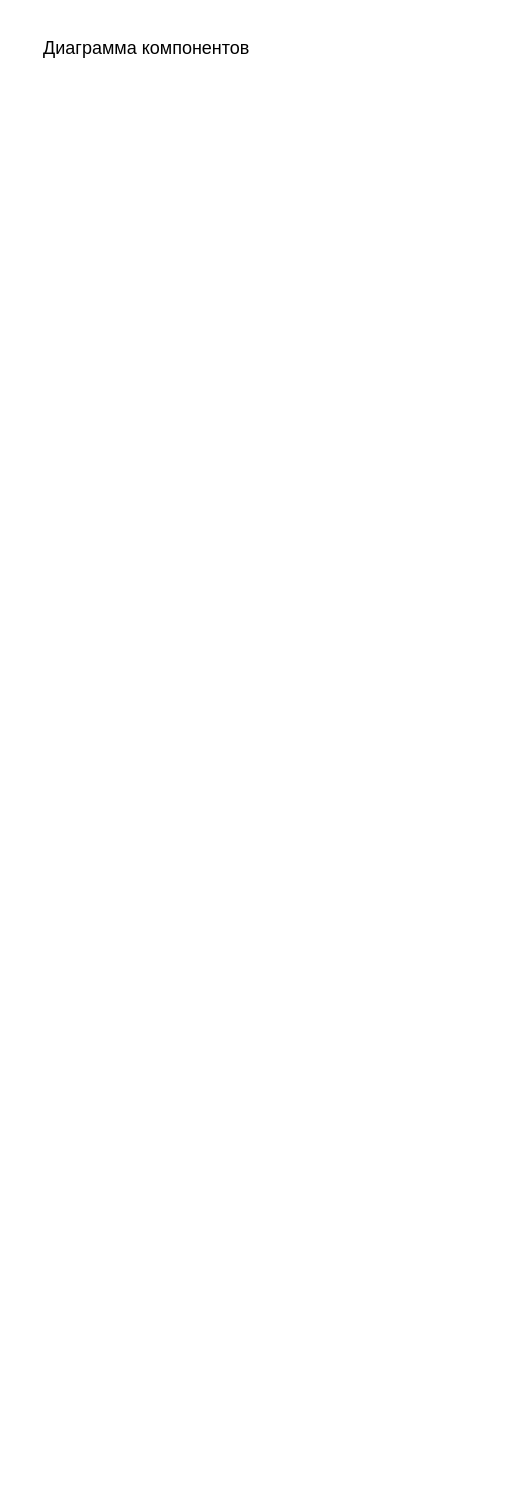
Before: lab3/ДК.drawio in R3plicant/ooap_lab1, a draw.io diagram. Source tidied: cells renumbered, new cells numbered last; positions are measured from the earlier drawing's top-left corner, leaving out a move shared by most shapes. Both pictures are drawn from the tidied source at 150%, with x=0, y=0 at pixel (26, 26).
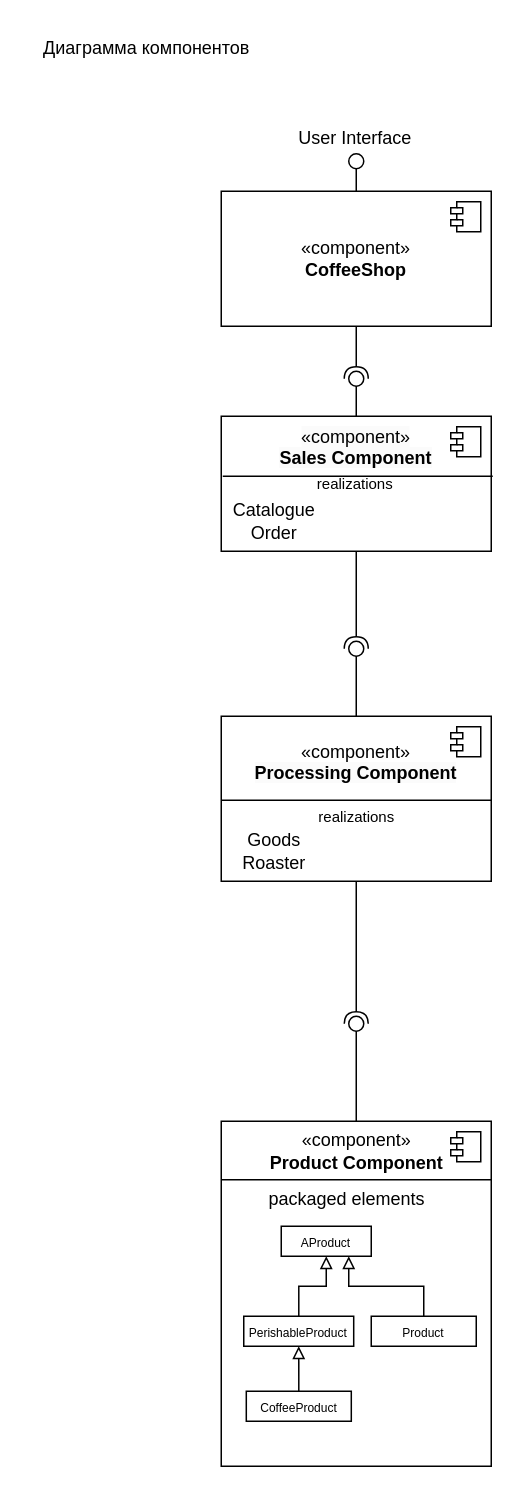
The same diagram, later.

Commit message (it also covers changes not shown here):
Component Diagram done

Change to the diagram source:
```diff
@@
+    <mxCell id="3" value="«component»&lt;br&gt;&lt;b&gt;CoffeeShop&lt;br&gt;&lt;/b&gt;" style="html=1;whiteSpace=wrap;" parent="1" vertex="1">
+      <mxGeometry x="130" y="110" width="180" height="90" as="geometry" />
+    </mxCell>
+    <mxCell id="4" style="shape=module;jettyWidth=8;jettyHeight=4;" parent="3" vertex="1">
+      <mxGeometry x="1" width="20" height="20" relative="1" as="geometry">
+        <mxPoint x="-27" y="7" as="offset" />
+      </mxGeometry>
+    </mxCell>
+    <mxCell id="5" value="&lt;b&gt;&lt;br&gt;&lt;/b&gt;" style="html=1;whiteSpace=wrap;" parent="1" vertex="1">
+      <mxGeometry x="130" y="260" width="180" height="90" as="geometry" />
+    </mxCell>
+    <mxCell id="6" style="shape=module;jettyWidth=8;jettyHeight=4;" parent="5" vertex="1">
+      <mxGeometry x="1" width="20" height="20" relative="1" as="geometry">
+        <mxPoint x="-27" y="7" as="offset" />
+      </mxGeometry>
+    </mxCell>
+    <mxCell id="7" value="&lt;b&gt;&lt;br&gt;&lt;/b&gt;" style="html=1;whiteSpace=wrap;" parent="1" vertex="1">
+      <mxGeometry x="130" y="460" width="180" height="110" as="geometry" />
+    </mxCell>
+    <mxCell id="8" style="shape=module;jettyWidth=8;jettyHeight=4;" parent="7" vertex="1">
+      <mxGeometry x="1" width="20" height="20" relative="1" as="geometry">
+        <mxPoint x="-27" y="7" as="offset" />
+      </mxGeometry>
+    </mxCell>
+    <mxCell id="9" value="&lt;b&gt;&lt;br&gt;&lt;/b&gt;" style="html=1;whiteSpace=wrap;" parent="1" vertex="1">
+      <mxGeometry x="130" y="730" width="180" height="230" as="geometry" />
+    </mxCell>
+    <mxCell id="10" style="shape=module;jettyWidth=8;jettyHeight=4;" parent="9" vertex="1">
+      <mxGeometry x="1" width="20" height="20" relative="1" as="geometry">
+        <mxPoint x="-27" y="7" as="offset" />
+      </mxGeometry>
+    </mxCell>
+    <mxCell id="11" style="rounded=0;jettySize=auto;html=1;endArrow=halfCircle;endFill=0;endSize=6;strokeWidth=1;sketch=0;exitX=0.5;exitY=1;exitDx=0;exitDy=0;" parent="1" edge="1" source="3" target="13">
+      <mxGeometry relative="1" as="geometry" />
+    </mxCell>
+    <mxCell id="12" style="rounded=0;jettySize=auto;html=1;endArrow=oval;endFill=0;sketch=0;sourcePerimeterSpacing=0;targetPerimeterSpacing=0;endSize=10;exitX=0.5;exitY=0;exitDx=0;exitDy=0;" parent="1" edge="1" source="5" target="13">
+      <mxGeometry relative="1" as="geometry" />
+    </mxCell>
+    <mxCell id="13" style="ellipse;whiteSpace=wrap;html=1;align=center;fillColor=none;strokeColor=none;perimeter=centerPerimeter;points=[];outlineConnect=1;" parent="1" vertex="1">
+      <mxGeometry x="215" y="230" width="10" height="10" as="geometry" />
+    </mxCell>
+    <mxCell id="14" style="rounded=0;jettySize=auto;html=1;endArrow=halfCircle;endFill=0;endSize=6;strokeWidth=1;sketch=0;exitX=0.5;exitY=1;exitDx=0;exitDy=0;" parent="1" edge="1" source="5" target="16">
+      <mxGeometry relative="1" as="geometry" />
+    </mxCell>
+    <mxCell id="15" style="rounded=0;jettySize=auto;html=1;endArrow=oval;endFill=0;sketch=0;sourcePerimeterSpacing=0;targetPerimeterSpacing=0;endSize=10;exitX=0.5;exitY=0;exitDx=0;exitDy=0;" parent="1" edge="1" source="7" target="16">
+      <mxGeometry relative="1" as="geometry" />
+    </mxCell>
+    <mxCell id="16" style="ellipse;whiteSpace=wrap;html=1;align=center;fillColor=none;strokeColor=none;perimeter=centerPerimeter;points=[];outlineConnect=1;" parent="1" vertex="1">
+      <mxGeometry x="215" y="410" width="10" height="10" as="geometry" />
+    </mxCell>
+    <mxCell id="17" style="rounded=0;jettySize=auto;html=1;endArrow=halfCircle;endFill=0;endSize=6;strokeWidth=1;sketch=0;exitX=0.5;exitY=1;exitDx=0;exitDy=0;" parent="1" edge="1" source="7" target="19">
+      <mxGeometry relative="1" as="geometry" />
+    </mxCell>
+    <mxCell id="18" style="rounded=0;jettySize=auto;html=1;endArrow=oval;endFill=0;sketch=0;sourcePerimeterSpacing=0;targetPerimeterSpacing=0;endSize=10;exitX=0.5;exitY=0;exitDx=0;exitDy=0;" parent="1" edge="1" source="9" target="19">
+      <mxGeometry relative="1" as="geometry" />
+    </mxCell>
+    <mxCell id="19" style="ellipse;whiteSpace=wrap;html=1;align=center;fillColor=none;strokeColor=none;perimeter=centerPerimeter;points=[];outlineConnect=1;" parent="1" vertex="1">
+      <mxGeometry x="215" y="660" width="10" height="10" as="geometry" />
+    </mxCell>
+    <mxCell id="20" value="&lt;font style=&quot;font-size: 8px;&quot;&gt;AProduct&lt;/font&gt;" style="html=1;whiteSpace=wrap;" parent="1" vertex="1">
+      <mxGeometry x="170" y="800" width="60" height="20" as="geometry" />
+    </mxCell>
+    <mxCell id="21" style="edgeStyle=orthogonalEdgeStyle;rounded=0;jettySize=auto;html=1;entryX=0.5;entryY=1;entryDx=0;entryDy=0;endArrow=block;endFill=0;" parent="1" edge="1" source="22" target="20">
+      <mxGeometry relative="1" as="geometry" />
+    </mxCell>
+    <mxCell id="22" value="&lt;font style=&quot;font-size: 8px;&quot;&gt;PerishableProduct&lt;/font&gt;" style="html=1;whiteSpace=wrap;" parent="1" vertex="1">
+      <mxGeometry x="145" y="860" width="73.3" height="20" as="geometry" />
+    </mxCell>
+    <mxCell id="23" style="edgeStyle=orthogonalEdgeStyle;rounded=0;jettySize=auto;html=1;entryX=0.5;entryY=1;entryDx=0;entryDy=0;endArrow=block;endFill=0;" parent="1" edge="1" source="24" target="22">
+      <mxGeometry relative="1" as="geometry" />
+    </mxCell>
+    <mxCell id="24" value="&lt;font style=&quot;font-size: 8px;&quot;&gt;CoffeeProduct&lt;/font&gt;" style="html=1;whiteSpace=wrap;" parent="1" vertex="1">
+      <mxGeometry x="146.7" y="910" width="70" height="20" as="geometry" />
+    </mxCell>
+    <mxCell id="25" style="edgeStyle=orthogonalEdgeStyle;rounded=0;jettySize=auto;html=1;entryX=0.75;entryY=1;entryDx=0;entryDy=0;endArrow=block;endFill=0;" parent="1" edge="1" source="26" target="20">
+      <mxGeometry relative="1" as="geometry" />
+    </mxCell>
+    <mxCell id="26" value="&lt;font style=&quot;font-size: 8px;&quot;&gt;Product&lt;/font&gt;" style="html=1;whiteSpace=wrap;" parent="1" vertex="1">
+      <mxGeometry x="230" y="860" width="70" height="20" as="geometry" />
+    </mxCell>
+    <mxCell id="27" style="line;strokeWidth=1;fillColor=none;align=left;verticalAlign=middle;spacingTop=-1;spacingLeft=3;spacingRight=3;labelPosition=right;strokeColor=inherit;" parent="1" vertex="1">
+      <mxGeometry x="130" y="730" width="180" height="78" as="geometry" />
+    </mxCell>
+    <mxCell id="28" value="«component»&lt;br style=&quot;border-color: var(--border-color);&quot;&gt;&lt;b style=&quot;border-color: var(--border-color);&quot;&gt;Product Component&lt;/b&gt;" style="text;html=1;align=center;verticalAlign=middle;strokeColor=none;fillColor=none;" parent="1" vertex="1">
+      <mxGeometry x="150" y="730" width="140" height="40" as="geometry" />
+    </mxCell>
+    <mxCell id="29" value="packaged elements" style="text;whiteSpace=wrap;" parent="1" vertex="1">
+      <mxGeometry x="160" y="768" width="140" height="40" as="geometry" />
+    </mxCell>
+    <mxCell id="30" value="&lt;font style=&quot;font-size: 10px;&quot;&gt;realizations&lt;/font&gt;" style="text;html=1;align=center;verticalAlign=middle;strokeColor=none;fillColor=none;" parent="1" vertex="1">
+      <mxGeometry x="185" y="512" width="70" height="30" as="geometry" />
+    </mxCell>
+    <mxCell id="31" value="Goods&lt;br&gt;Roaster" style="text;html=1;align=center;verticalAlign=middle;strokeColor=none;fillColor=none;" parent="1" vertex="1">
+      <mxGeometry x="130" y="530" width="70" height="40" as="geometry" />
+    </mxCell>
+    <mxCell id="32" style="line;strokeWidth=1;fillColor=none;align=left;verticalAlign=middle;spacingTop=-1;spacingLeft=3;spacingRight=3;labelPosition=right;strokeColor=inherit;" parent="1" vertex="1">
+      <mxGeometry x="130" y="512" width="180" height="8" as="geometry" />
+    </mxCell>
+    <mxCell id="33" value="&lt;div style=&quot;&quot;&gt;«component»&lt;/div&gt;&lt;b style=&quot;border-color: var(--border-color); color: rgb(0, 0, 0); font-family: Helvetica; font-size: 12px; font-style: normal; font-variant-ligatures: normal; font-variant-caps: normal; letter-spacing: normal; orphans: 2; text-indent: 0px; text-transform: none; widows: 2; word-spacing: 0px; -webkit-text-stroke-width: 0px; background-color: rgb(251, 251, 251); text-decoration-thickness: initial; text-decoration-style: initial; text-decoration-color: initial;&quot;&gt;Processing Component&lt;/b&gt;" style="text;whiteSpace=wrap;html=1;align=center;" parent="1" vertex="1">
+      <mxGeometry x="135" y="470" width="170" height="50" as="geometry" />
+    </mxCell>
+    <mxCell id="34" value="&lt;span style=&quot;color: rgb(0, 0, 0); font-family: Helvetica; font-size: 12px; font-style: normal; font-variant-ligatures: normal; font-variant-caps: normal; font-weight: 400; letter-spacing: normal; orphans: 2; text-indent: 0px; text-transform: none; widows: 2; word-spacing: 0px; -webkit-text-stroke-width: 0px; background-color: rgb(251, 251, 251); text-decoration-thickness: initial; text-decoration-style: initial; text-decoration-color: initial; float: none; display: inline !important;&quot;&gt;«component»&lt;/span&gt;&lt;br style=&quot;border-color: var(--border-color); color: rgb(0, 0, 0); font-family: Helvetica; font-size: 12px; font-style: normal; font-variant-ligatures: normal; font-variant-caps: normal; font-weight: 400; letter-spacing: normal; orphans: 2; text-indent: 0px; text-transform: none; widows: 2; word-spacing: 0px; -webkit-text-stroke-width: 0px; background-color: rgb(251, 251, 251); text-decoration-thickness: initial; text-decoration-style: initial; text-decoration-color: initial;&quot;&gt;&lt;b style=&quot;border-color: var(--border-color); color: rgb(0, 0, 0); font-family: Helvetica; font-size: 12px; font-style: normal; font-variant-ligatures: normal; font-variant-caps: normal; letter-spacing: normal; orphans: 2; text-indent: 0px; text-transform: none; widows: 2; word-spacing: 0px; -webkit-text-stroke-width: 0px; background-color: rgb(251, 251, 251); text-decoration-thickness: initial; text-decoration-style: initial; text-decoration-color: initial;&quot;&gt;Sales Component&lt;/b&gt;" style="text;whiteSpace=wrap;html=1;align=center;" parent="1" vertex="1">
+      <mxGeometry x="155" y="260" width="130" height="50" as="geometry" />
+    </mxCell>
+    <mxCell id="35" value="&lt;font style=&quot;font-size: 10px;&quot;&gt;realizations&lt;/font&gt;" style="text;html=1;align=center;verticalAlign=middle;strokeColor=none;fillColor=none;" parent="1" vertex="1">
+      <mxGeometry x="184" y="290" width="70" height="30" as="geometry" />
+    </mxCell>
+    <mxCell id="36" value="Catalogue&lt;br&gt;Order" style="text;html=1;align=center;verticalAlign=middle;strokeColor=none;fillColor=none;" parent="1" vertex="1">
+      <mxGeometry x="125" y="310" width="80" height="40" as="geometry" />
+    </mxCell>
+    <mxCell id="37" style="rounded=0;jettySize=auto;html=1;endArrow=oval;endFill=0;sketch=0;sourcePerimeterSpacing=0;targetPerimeterSpacing=0;endSize=10;exitX=0.5;exitY=0;exitDx=0;exitDy=0;" parent="1" edge="1" source="3">
+      <mxGeometry relative="1" as="geometry">
+        <mxPoint x="220" y="90" as="targetPoint" />
+      </mxGeometry>
+    </mxCell>
+    <mxCell id="38" style="ellipse;whiteSpace=wrap;html=1;align=center;fillColor=none;strokeColor=none;perimeter=centerPerimeter;" parent="1" vertex="1">
+      <mxGeometry x="214" y="70" width="10" height="10" as="geometry" />
+    </mxCell>
+    <mxCell id="39" value="User Interface" style="text;html=1;align=center;verticalAlign=middle;strokeColor=none;fillColor=none;" parent="1" vertex="1">
+      <mxGeometry x="169" y="60" width="100" height="30" as="geometry" />
+    </mxCell>
+    <mxCell id="40" style="line;strokeWidth=1;fillColor=none;align=left;verticalAlign=middle;spacingTop=-1;spacingLeft=3;spacingRight=3;labelPosition=right;strokeColor=inherit;" parent="1" vertex="1">
+      <mxGeometry x="131" y="296" width="180" height="8" as="geometry" />
+    </mxCell>
```
